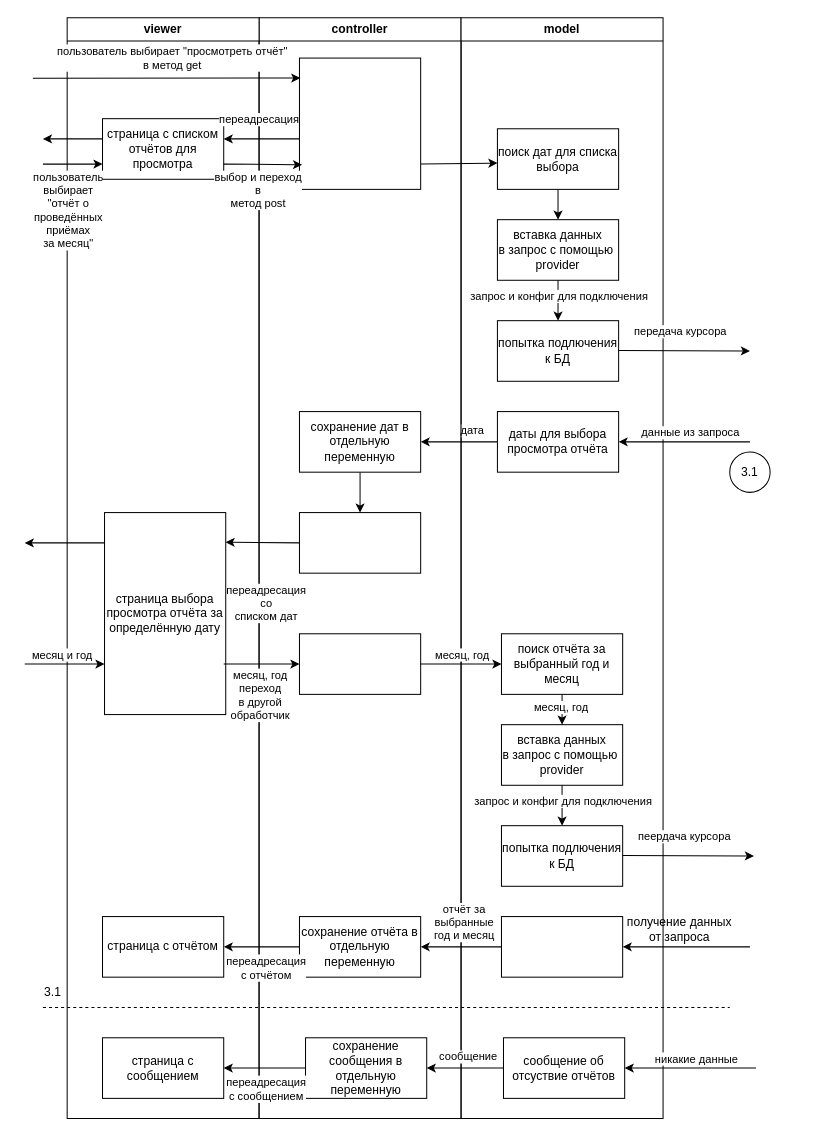
The draw.io diagram мьс/просмотр_отчёта.drawio in Kirpichikk/final_project, before the edit. Source tidied: cells renumbered, new cells numbered last; positions are measured from the earlier drawing's top-left corner, leaving out a move shared by most shapes. Both pictures are drawn from the tidied source at 101%, with x=0, y=0 at pixel (22, 17).
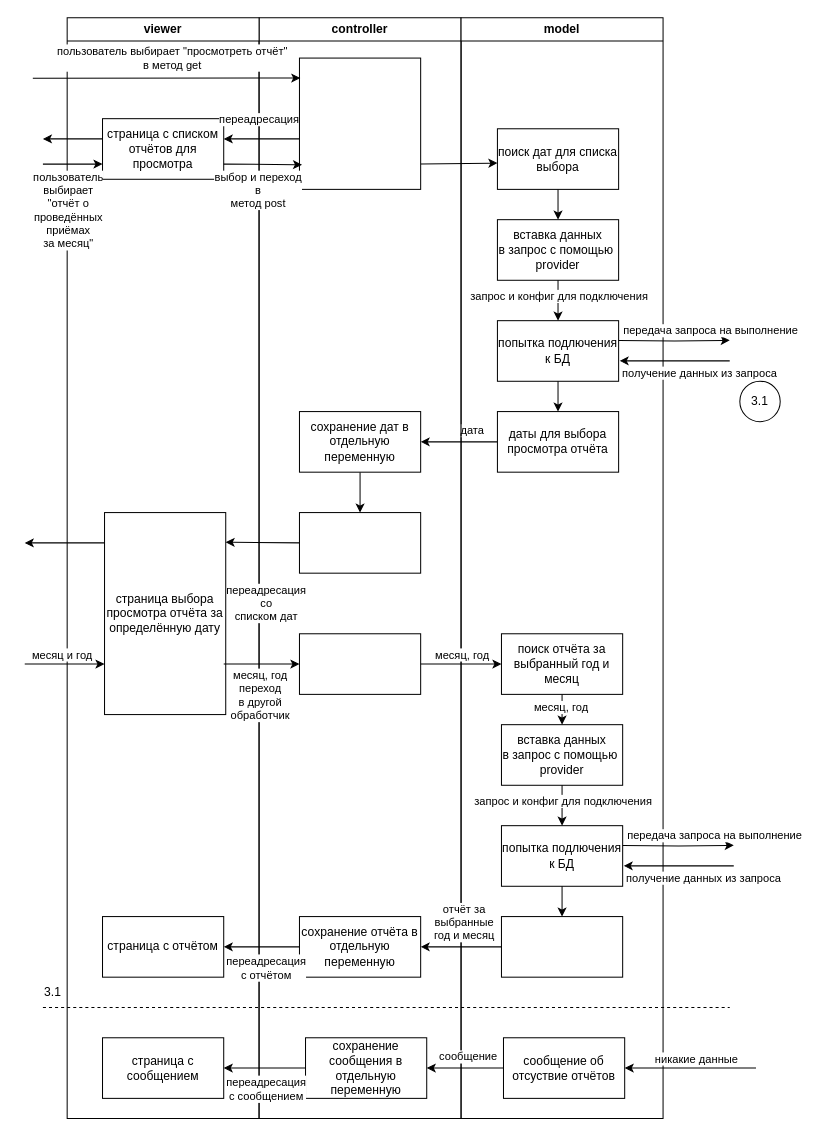
The same diagram, later.

Unchanged cells that the change refers to:
```xml
<mxCell id="30" value="model" style="swimlane;whiteSpace=wrap;html=1;" parent="1" vertex="1">
  <mxGeometry x="434" width="200" height="1090" as="geometry" />
</mxCell>
<mxCell id="34" value="попытка подлючения&lt;br&gt;к БД" style="rounded=0;whiteSpace=wrap;html=1;" parent="30" vertex="1">
  <mxGeometry x="36" y="300" width="120" height="60" as="geometry" />
</mxCell>
<mxCell id="40" value="даты для выбора просмотра отчёта" style="rounded=0;whiteSpace=wrap;html=1;" parent="30" vertex="1">
  <mxGeometry x="36" y="390" width="120" height="60" as="geometry" />
</mxCell>
<mxCell id="43" value="попытка подлючения&lt;br&gt;к БД" style="rounded=0;whiteSpace=wrap;html=1;" parent="30" vertex="1">
  <mxGeometry x="40" y="800" width="120" height="60" as="geometry" />
</mxCell>
<mxCell id="50" style="rounded=0;whiteSpace=wrap;html=1;" parent="30" vertex="1">
  <mxGeometry x="40" y="890" width="120" height="60" as="geometry" />
</mxCell>
```

The edit, as a diff of the source:
```diff
@@
-    <mxCell id="37" style="endArrow=classic;html=1;rounded=0;" parent="30" edge="1">
-      <mxGeometry relative="1" as="geometry">
-        <mxPoint x="156" y="329.5" as="sourcePoint" />
-        <mxPoint x="286" y="330" as="targetPoint" />
-      </mxGeometry>
-    </mxCell>
-    <mxCell id="38" value="передача курсора" style="edgeLabel;html=1;align=center;verticalAlign=middle;" parent="37" vertex="1">
-      <mxGeometry x="0.26" y="1" relative="1" as="geometry">
-        <mxPoint x="-22" y="-18" as="offset" />
-      </mxGeometry>
-    </mxCell>
@@
-    <mxCell id="46" style="endArrow=classic;html=1;rounded=0;" parent="30" edge="1">
-      <mxGeometry relative="1" as="geometry">
-        <mxPoint x="160" y="829.5" as="sourcePoint" />
-        <mxPoint x="290" y="830" as="targetPoint" />
-      </mxGeometry>
-    </mxCell>
-    <mxCell id="47" value="пеердача курсора" style="edgeLabel;html=1;align=center;verticalAlign=middle;" parent="46" vertex="1">
-      <mxGeometry x="0.26" y="1" relative="1" as="geometry">
-        <mxPoint x="-22" y="-18" as="offset" />
-      </mxGeometry>
-    </mxCell>
@@
+    <mxCell id="74" style="endArrow=classic;html=1;rounded=0;exitX=0.5;exitY=1;exitDx=0;exitDy=0;" parent="30" edge="1" source="34" target="40">
+      <mxGeometry relative="1" as="geometry" />
+    </mxCell>
+    <mxCell id="75" style="edgeStyle=orthogonalEdgeStyle;rounded=0;orthogonalLoop=1;jettySize=auto;html=1;exitX=1;exitY=0.5;exitDx=0;exitDy=0;" parent="30" edge="1">
+      <mxGeometry relative="1" as="geometry">
+        <mxPoint x="160" y="819.6" as="sourcePoint" />
+        <mxPoint x="270" y="819.5" as="targetPoint" />
+      </mxGeometry>
+    </mxCell>
+    <mxCell id="76" value="передача запроса на выполнение" style="edgeLabel;html=1;align=center;verticalAlign=middle;" parent="75" vertex="1">
+      <mxGeometry x="0.21" relative="1" as="geometry">
+        <mxPoint x="24" y="-10" as="offset" />
+      </mxGeometry>
+    </mxCell>
+    <mxCell id="77" style="endArrow=classic;html=1;rounded=0;entryX=1.011;entryY=0.828;entryDx=0;entryDy=0;entryPerimeter=0;" parent="30" edge="1">
+      <mxGeometry relative="1" as="geometry">
+        <mxPoint x="270" y="839.8" as="sourcePoint" />
+        <mxPoint x="161" y="839.8" as="targetPoint" />
+      </mxGeometry>
+    </mxCell>
+    <mxCell id="78" value="получение данных из запроса" style="edgeLabel;html=1;align=center;verticalAlign=middle;" parent="77" vertex="1">
+      <mxGeometry x="-0.22" y="-3" relative="1" as="geometry">
+        <mxPoint x="12" y="15" as="offset" />
+      </mxGeometry>
+    </mxCell>
+    <mxCell id="79" style="endArrow=classic;html=1;rounded=0;exitX=0.5;exitY=1;exitDx=0;exitDy=0;entryX=0.5;entryY=0;entryDx=0;entryDy=0;" parent="30" edge="1" source="43" target="50">
+      <mxGeometry relative="1" as="geometry" />
+    </mxCell>
@@
-    <mxCell id="61" style="endArrow=classic;html=1;rounded=0;entryX=1;entryY=0.5;entryDx=0;entryDy=0;" parent="1" edge="1" target="40">
-      <mxGeometry relative="1" as="geometry">
-        <mxPoint x="720" y="420" as="sourcePoint" />
-      </mxGeometry>
-    </mxCell>
-    <mxCell id="62" value="данные из запроса" style="edgeLabel;html=1;align=center;verticalAlign=middle;" parent="61" vertex="1">
-      <mxGeometry x="-0.19" y="-2" relative="1" as="geometry">
-        <mxPoint x="-7" y="-8" as="offset" />
-      </mxGeometry>
-    </mxCell>
@@
-    <mxCell id="65" style="endArrow=classic;html=1;rounded=0;entryX=1;entryY=0.5;entryDx=0;entryDy=0;" parent="1" edge="1" target="50">
-      <mxGeometry relative="1" as="geometry">
-        <mxPoint x="720" y="920" as="sourcePoint" />
-      </mxGeometry>
-    </mxCell>
-    <mxCell id="66" value="получение данных &lt;br&gt;от запроса" style="text;html=1;align=center;verticalAlign=middle;strokeColor=none;fillColor=none;" parent="1" vertex="1">
-      <mxGeometry x="585" y="883" width="130" height="40" as="geometry" />
-    </mxCell>
@@
     <mxCell id="71" value="3.1" style="ellipse;whiteSpace=wrap;html=1;" parent="1" vertex="1">
-      <mxGeometry x="700" y="430" width="40" height="40" as="geometry" />
+      <mxGeometry x="710" y="360" width="40" height="40" as="geometry" />
     </mxCell>
@@
+    <mxCell id="80" style="edgeStyle=orthogonalEdgeStyle;rounded=0;orthogonalLoop=1;jettySize=auto;html=1;exitX=1;exitY=0.5;exitDx=0;exitDy=0;" parent="1" edge="1">
+      <mxGeometry relative="1" as="geometry">
+        <mxPoint x="590" y="319.6" as="sourcePoint" />
+        <mxPoint x="700" y="319.5" as="targetPoint" />
+      </mxGeometry>
+    </mxCell>
+    <mxCell id="81" value="передача запроса на выполнение" style="edgeLabel;html=1;align=center;verticalAlign=middle;" parent="80" vertex="1">
+      <mxGeometry x="0.21" relative="1" as="geometry">
+        <mxPoint x="24" y="-10" as="offset" />
+      </mxGeometry>
+    </mxCell>
+    <mxCell id="82" style="endArrow=classic;html=1;rounded=0;entryX=1.011;entryY=0.828;entryDx=0;entryDy=0;entryPerimeter=0;" parent="1" edge="1">
+      <mxGeometry relative="1" as="geometry">
+        <mxPoint x="700" y="339.8" as="sourcePoint" />
+        <mxPoint x="591" y="339.8" as="targetPoint" />
+      </mxGeometry>
+    </mxCell>
+    <mxCell id="83" value="получение данных из запроса" style="edgeLabel;html=1;align=center;verticalAlign=middle;" parent="82" vertex="1">
+      <mxGeometry x="-0.22" y="-3" relative="1" as="geometry">
+        <mxPoint x="12" y="15" as="offset" />
+      </mxGeometry>
+    </mxCell>
```
